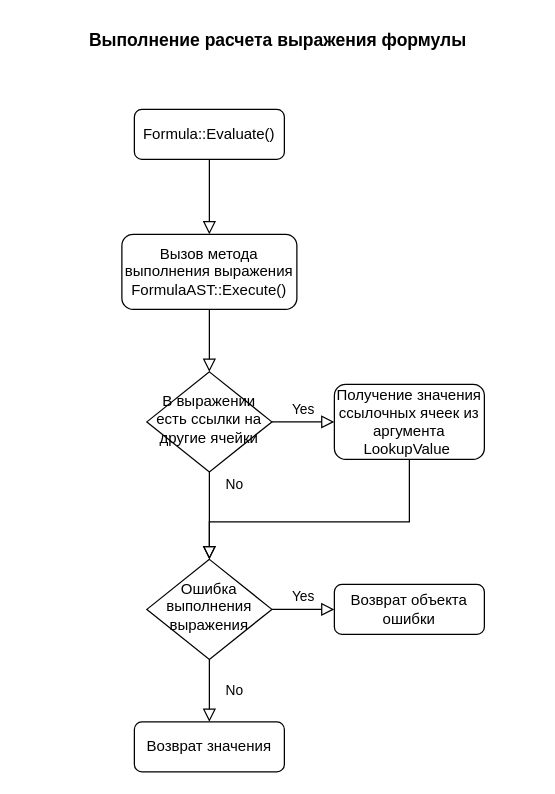
The draw.io diagram design/formula_calculation.drawio in IgorKilipenko/cpp-spreadsheet, before the edit. Source tidied: cells renumbered, new cells numbered last; positions are measured from the earlier drawing's top-left corner, leaving out a move shared by most shapes. Both pictures are drawn from the tidied source at 125%, with x=0, y=0 at pixel (21, 21).
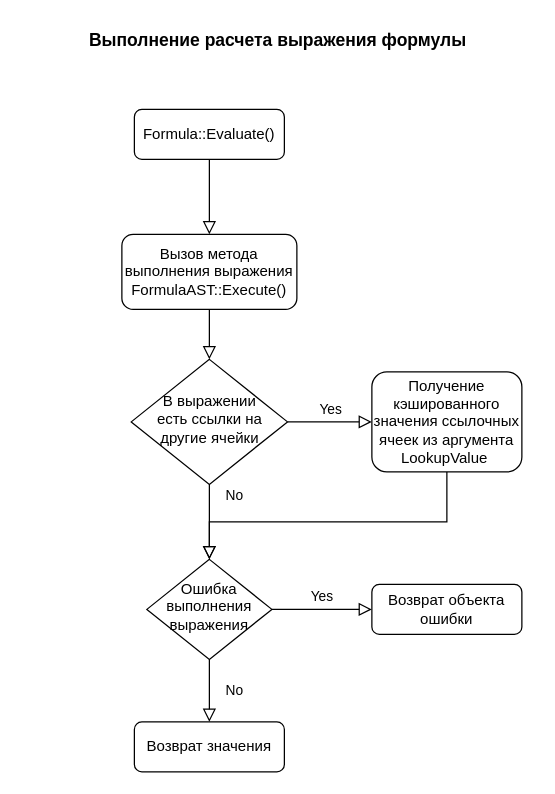
Above is the later version.

Change to the diagram source:
```diff
@@
 <mxGraphModel>
   <root>
     <mxCell id="0" />
     <mxCell id="1" parent="0" />
     <mxCell id="2" value="Formula::Evaluate()" style="rounded=1;whiteSpace=wrap;html=1;fontSize=12;glass=0;strokeWidth=1;shadow=0;" parent="1" vertex="1">
       <mxGeometry x="90" y="70" width="120" height="40" as="geometry" />
     </mxCell>
     <mxCell id="3" value="No" style="rounded=0;html=1;jettySize=auto;fontSize=11;endArrow=block;endFill=0;endSize=8;strokeWidth=1;shadow=0;labelBackgroundColor=none;edgeStyle=orthogonalEdgeStyle;" parent="1" edge="1" source="5" target="7">
       <mxGeometry y="20" relative="1" as="geometry" />
     </mxCell>
     <mxCell id="4" value="Yes" style="edgeStyle=orthogonalEdgeStyle;rounded=0;html=1;jettySize=auto;fontSize=11;endArrow=block;endFill=0;endSize=8;strokeWidth=1;shadow=0;labelBackgroundColor=none;" parent="1" edge="1" source="5" target="6">
       <mxGeometry y="10" relative="1" as="geometry" />
     </mxCell>
     <mxCell id="5" value="Ошибка выполнения выражения" style="rhombus;whiteSpace=wrap;html=1;shadow=0;fontFamily=Helvetica;fontSize=12;align=center;strokeWidth=1;spacing=6;spacingTop=-4;" parent="1" vertex="1">
       <mxGeometry x="100" y="430" width="100" height="80" as="geometry" />
     </mxCell>
     <mxCell id="6" value="Возврат объекта ошибки" style="rounded=1;whiteSpace=wrap;html=1;fontSize=12;glass=0;strokeWidth=1;shadow=0;" parent="1" vertex="1">
-      <mxGeometry x="250" y="450" width="120" height="40" as="geometry" />
+      <mxGeometry x="280" y="450" width="120" height="40" as="geometry" />
     </mxCell>
     <mxCell id="7" value="Возврат значения" style="rounded=1;whiteSpace=wrap;html=1;fontSize=12;glass=0;strokeWidth=1;shadow=0;" parent="1" vertex="1">
       <mxGeometry x="90" y="560" width="120" height="40" as="geometry" />
     </mxCell>
     <mxCell id="8" style="rounded=0;html=1;jettySize=auto;fontSize=11;endArrow=block;endFill=0;endSize=8;strokeWidth=1;shadow=0;labelBackgroundColor=none;edgeStyle=orthogonalEdgeStyle;" parent="1" edge="1" source="10" target="13">
       <mxGeometry relative="1" as="geometry" />
     </mxCell>
     <mxCell id="9" style="rounded=0;html=1;jettySize=auto;fontSize=11;endArrow=block;endFill=0;endSize=8;strokeWidth=1;shadow=0;labelBackgroundColor=none;edgeStyle=orthogonalEdgeStyle;" parent="1" edge="1" source="2" target="10">
       <mxGeometry relative="1" as="geometry" />
     </mxCell>
     <mxCell id="10" value="Вызов метода выполнения выражения FormulaAST::Execute()" style="rounded=1;whiteSpace=wrap;html=1;fontSize=12;glass=0;strokeWidth=1;shadow=0;" parent="1" vertex="1">
       <mxGeometry x="80" y="170" width="140" height="60" as="geometry" />
     </mxCell>
     <mxCell id="11" value="No" style="rounded=0;html=1;jettySize=auto;fontSize=11;endArrow=block;endFill=0;endSize=8;strokeWidth=1;shadow=0;labelBackgroundColor=none;edgeStyle=orthogonalEdgeStyle;" parent="1" edge="1" source="13" target="5">
       <mxGeometry x="-0.71" y="20" relative="1" as="geometry" />
     </mxCell>
     <mxCell id="12" value="Yes" style="edgeStyle=orthogonalEdgeStyle;rounded=0;html=1;jettySize=auto;fontSize=11;endArrow=block;endFill=0;endSize=8;strokeWidth=1;shadow=0;labelBackgroundColor=none;" parent="1" edge="1" source="13" target="14">
       <mxGeometry y="10" relative="1" as="geometry" />
     </mxCell>
-    <mxCell id="13" value="В выражении есть ссылки на другие ячейки" style="rhombus;whiteSpace=wrap;html=1;shadow=0;fontFamily=Helvetica;fontSize=12;align=center;strokeWidth=1;spacing=6;spacingTop=-4;" parent="1" vertex="1">
-      <mxGeometry x="100" y="280" width="100" height="80" as="geometry" />
+    <mxCell id="13" value="В выражении &lt;br&gt;есть ссылки на другие ячейки" style="rhombus;whiteSpace=wrap;html=1;shadow=0;fontFamily=Helvetica;fontSize=12;align=center;strokeWidth=1;spacing=6;spacingTop=-4;" parent="1" vertex="1">
+      <mxGeometry x="87.5" y="270" width="125" height="100" as="geometry" />
     </mxCell>
-    <mxCell id="14" value="Получение значения ссылочных ячеек из аргумента LookupValue&amp;nbsp;" style="rounded=1;whiteSpace=wrap;html=1;fontSize=12;glass=0;strokeWidth=1;shadow=0;" parent="1" vertex="1">
-      <mxGeometry x="250" y="290" width="120" height="60" as="geometry" />
+    <mxCell id="14" value="Получение кэшированного значения ссылочных ячеек из аргумента LookupValue&amp;nbsp;" style="rounded=1;whiteSpace=wrap;html=1;fontSize=12;glass=0;strokeWidth=1;shadow=0;" parent="1" vertex="1">
+      <mxGeometry x="280" y="280" width="120" height="80" as="geometry" />
     </mxCell>
     <mxCell id="15" style="rounded=0;html=1;jettySize=auto;fontSize=11;endArrow=block;endFill=0;endSize=8;strokeWidth=1;shadow=0;labelBackgroundColor=none;edgeStyle=orthogonalEdgeStyle;" parent="1" edge="1" source="14" target="5">
       <mxGeometry relative="1" as="geometry">
         <Array as="points">
-          <mxPoint x="310" y="400" />
+          <mxPoint x="340" y="400" />
           <mxPoint x="150" y="400" />
         </Array>
       </mxGeometry>
     </mxCell>
     <mxCell id="16" value="&lt;b&gt;&lt;font style=&quot;font-size: 14px;&quot;&gt;Выполнение расчета выражения формулы&lt;/font&gt;&lt;/b&gt;" style="text;html=1;strokeColor=none;fillColor=none;align=center;verticalAlign=middle;whiteSpace=wrap;rounded=0;" parent="1" vertex="1">
       <mxGeometry width="410" height="30" as="geometry" />
     </mxCell>
   </root>
 </mxGraphModel>
```
